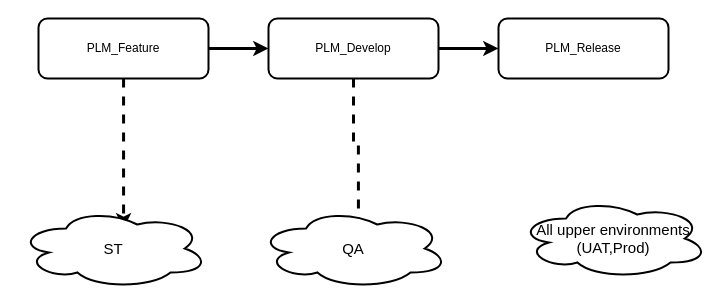
Above: CICD.drawio in RatnaKumarMukiri/WILEY-PLM (draw.io), before the change. Source tidied: cells renumbered, new cells numbered last; positions are measured from the earlier drawing's top-left corner, leaving out a move shared by most shapes. Both pictures are drawn from the tidied source at 100%, with x=0, y=0 at pixel (18, 18).
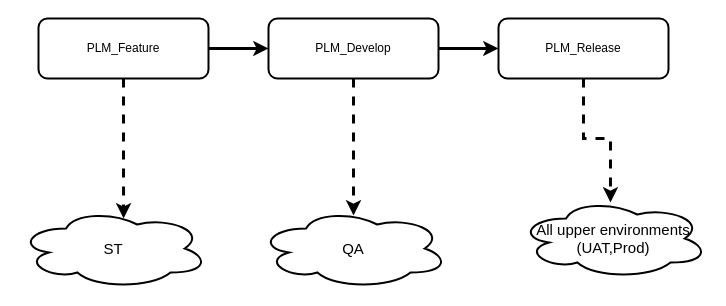
The same diagram, later.

The edit, as a diff of the source:
```diff
@@
 <mxGraphModel>
   <root>
     <mxCell id="0" />
     <mxCell id="1" parent="0" />
     <mxCell id="2" style="edgeStyle=orthogonalEdgeStyle;rounded=0;jettySize=auto;html=1;strokeWidth=3;" parent="1" edge="1" source="4" target="7">
       <mxGeometry relative="1" as="geometry" />
     </mxCell>
-    <mxCell id="3" style="edgeStyle=orthogonalEdgeStyle;rounded=0;jettySize=auto;html=1;entryX=0.553;entryY=0.25;entryDx=0;entryDy=0;entryPerimeter=0;strokeWidth=3;dashed=1;" parent="1" edge="1" source="4" target="9">
-      <mxGeometry relative="1" as="geometry">
-        <Array as="points">
-          <mxPoint x="105" y="210" />
-          <mxPoint x="105" y="210" />
-        </Array>
-      </mxGeometry>
+    <mxCell id="3" style="edgeStyle=orthogonalEdgeStyle;rounded=0;jettySize=auto;html=1;entryX=0.553;entryY=0.125;entryDx=0;entryDy=0;entryPerimeter=0;dashed=1;strokeWidth=3;" parent="1" edge="1" source="4" target="9">
+      <mxGeometry relative="1" as="geometry" />
     </mxCell>
     <mxCell id="4" value="PLM_Feature" style="rounded=1;whiteSpace=wrap;html=1;strokeWidth=2;" parent="1" vertex="1">
       <mxGeometry x="20" width="170" height="60" as="geometry" />
     </mxCell>
     <mxCell id="5" style="edgeStyle=orthogonalEdgeStyle;rounded=0;jettySize=auto;html=1;strokeWidth=3;" parent="1" edge="1" source="7" target="8">
       <mxGeometry relative="1" as="geometry" />
     </mxCell>
-    <mxCell id="6" style="edgeStyle=orthogonalEdgeStyle;rounded=0;jettySize=auto;html=1;entryX=0.526;entryY=0.375;entryDx=0;entryDy=0;entryPerimeter=0;dashed=1;strokeWidth=3;" parent="1" edge="1" source="7" target="10">
+    <mxCell id="6" style="edgeStyle=orthogonalEdgeStyle;rounded=0;jettySize=auto;html=1;entryX=0.5;entryY=0.088;entryDx=0;entryDy=0;entryPerimeter=0;dashed=1;strokeWidth=3;" parent="1" edge="1" source="7" target="10">
       <mxGeometry relative="1" as="geometry" />
     </mxCell>
     <mxCell id="7" value="PLM_Develop" style="rounded=1;whiteSpace=wrap;html=1;strokeWidth=2;" parent="1" vertex="1">
       <mxGeometry x="250" width="170" height="60" as="geometry" />
     </mxCell>
+    <mxCell id="12" style="edgeStyle=orthogonalEdgeStyle;rounded=0;jettySize=auto;html=1;dashed=1;strokeWidth=3;entryX=0.484;entryY=0.05;entryDx=0;entryDy=0;entryPerimeter=0;" parent="1" edge="1" source="8" target="11">
+      <mxGeometry relative="1" as="geometry" />
+    </mxCell>
     <mxCell id="8" value="PLM_Release" style="rounded=1;whiteSpace=wrap;html=1;strokeWidth=2;" parent="1" vertex="1">
       <mxGeometry x="480" width="170" height="60" as="geometry" />
     </mxCell>
     <mxCell id="9" value="&lt;font style=&quot;font-size: 15px&quot;&gt;ST&lt;/font&gt;" style="ellipse;shape=cloud;whiteSpace=wrap;html=1;strokeWidth=2;" parent="1" vertex="1">
       <mxGeometry y="190" width="190" height="80" as="geometry" />
     </mxCell>
     <mxCell id="10" value="&lt;font style=&quot;font-size: 15px&quot;&gt;QA&lt;/font&gt;" style="ellipse;shape=cloud;whiteSpace=wrap;html=1;strokeWidth=2;" parent="1" vertex="1">
       <mxGeometry x="240" y="190" width="190" height="80" as="geometry" />
     </mxCell>
     <mxCell id="11" value="&lt;font style=&quot;font-size: 15px&quot;&gt;All upper environments (UAT,Prod)&lt;/font&gt;" style="ellipse;shape=cloud;whiteSpace=wrap;html=1;strokeWidth=2;" parent="1" vertex="1">
       <mxGeometry x="500" y="180" width="190" height="80" as="geometry" />
     </mxCell>
   </root>
 </mxGraphModel>
```
